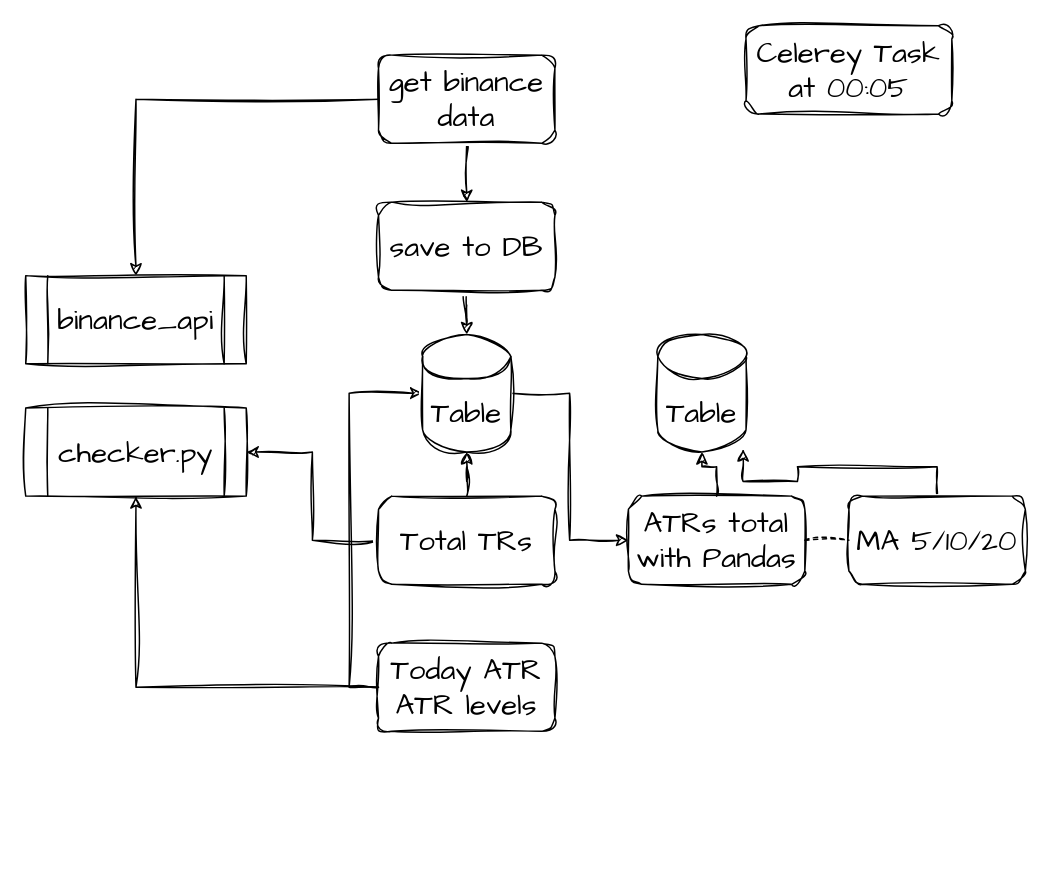
The draw.io diagram page "Daily_atrs" (2 of 7) of structure.drawio in Kupavtsev/markets_data_handler, before the edit. Source tidied: cells renumbered, new cells numbered last; positions are measured from the earlier drawing's top-left corner, leaving out a move shared by most shapes. Both pictures are drawn from the tidied source at 147%, with x=0, y=0 at pixel (25, 25).
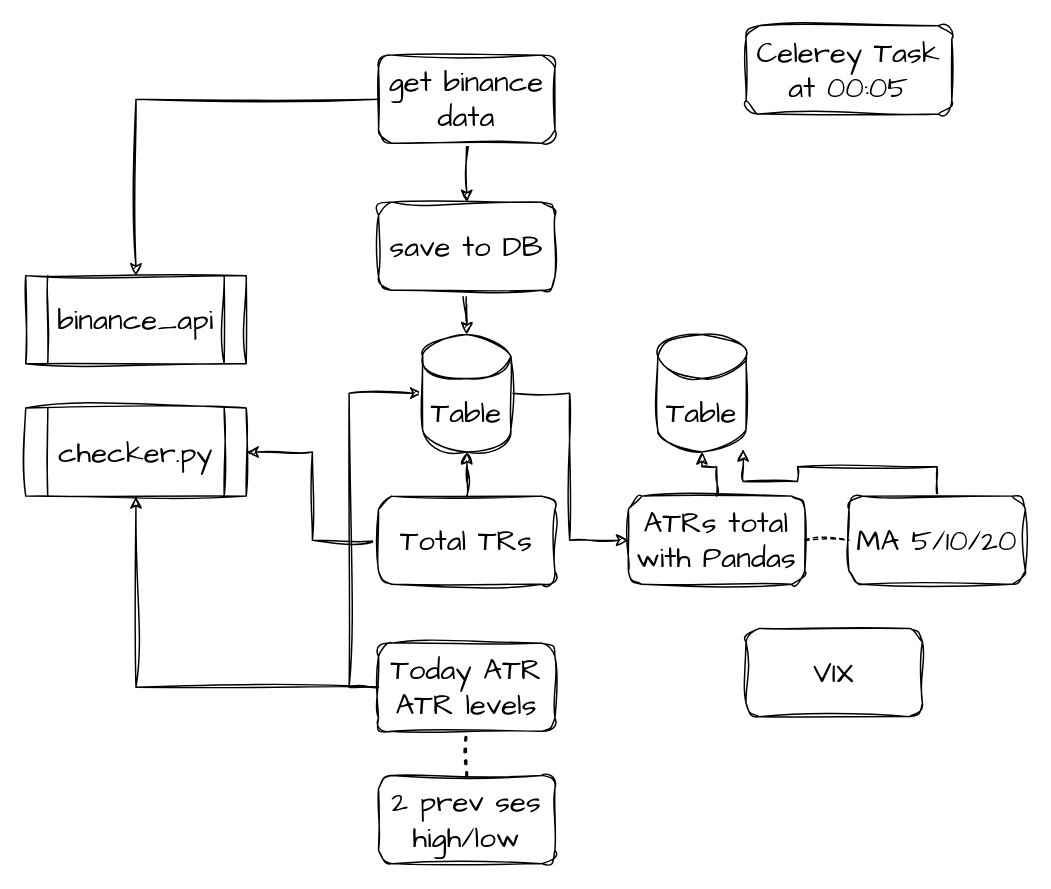
After the change.

The change refers to these unchanged cells:
```xml
<mxCell id="9" value="Today ATR&lt;br&gt;ATR levels" style="rounded=1;whiteSpace=wrap;html=1;sketch=1;hachureGap=4;jiggle=2;curveFitting=1;fontFamily=Architects Daughter;fontSize=20;" parent="1" vertex="1">
  <mxGeometry x="240" y="420" width="120" height="60" as="geometry" />
</mxCell>
```

Change to the diagram source:
```diff
@@
+    <mxCell id="24" value="2 prev ses high/low" style="rounded=1;whiteSpace=wrap;html=1;sketch=1;hachureGap=4;jiggle=2;curveFitting=1;fontFamily=Architects Daughter;fontSize=20;" parent="1" vertex="1">
+      <mxGeometry x="240" y="510" width="120" height="60" as="geometry" />
+    </mxCell>
+    <mxCell id="25" style="endArrow=none;dashed=1;html=1;dashPattern=1 3;strokeWidth=2;rounded=0;sketch=1;hachureGap=4;jiggle=2;curveFitting=1;fontFamily=Architects Daughter;fontSize=16;exitX=0.5;exitY=0;exitDx=0;exitDy=0;entryX=0.5;entryY=1;entryDx=0;entryDy=0;" parent="1" edge="1" source="24" target="9">
+      <mxGeometry relative="1" as="geometry" />
+    </mxCell>
+    <mxCell id="26" value="VIX" style="rounded=1;whiteSpace=wrap;html=1;sketch=1;hachureGap=4;jiggle=2;curveFitting=1;fontFamily=Architects Daughter;fontSize=20;" parent="1" vertex="1">
+      <mxGeometry x="490" y="410" width="120" height="60" as="geometry" />
+    </mxCell>
```
